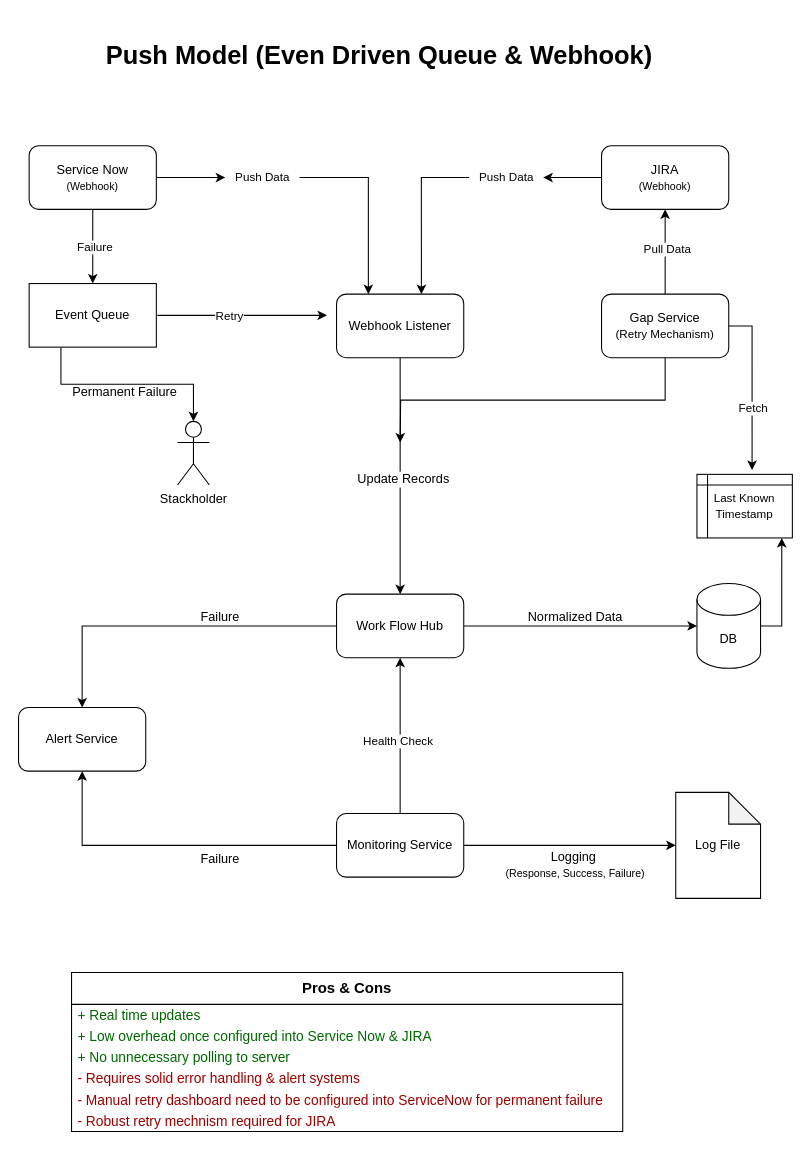
The draw.io diagram BRWH-Push-Model.drawio in ivineetyadav/architectures, before the edit. Source tidied: cells renumbered, new cells numbered last; positions are measured from the earlier drawing's top-left corner, leaving out a move shared by most shapes. Both pictures are drawn from the tidied source at 106%, with x=0, y=0 at pixel (18, 18).
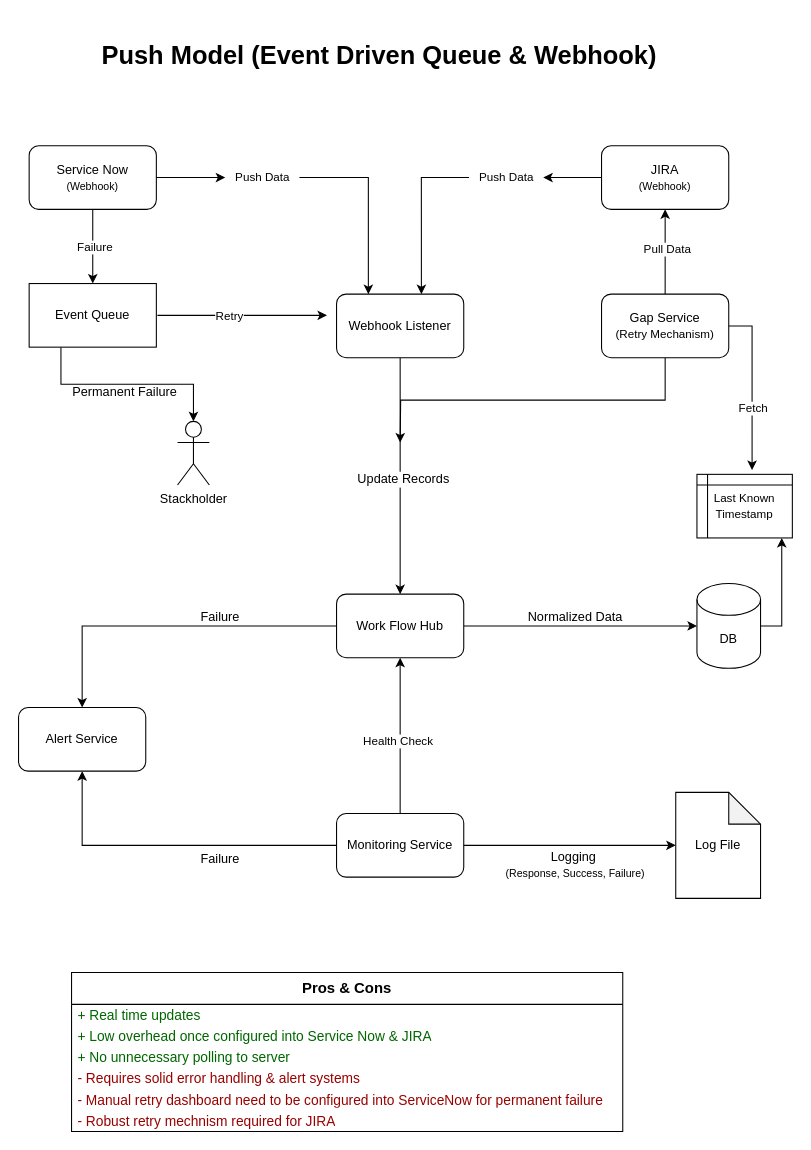
The same diagram, later.

Diff of the diagram source:
```diff
@@
-    <mxCell id="51" value="&lt;h1&gt;Push Model (Even Driven Queue &amp;amp; Webhook)&lt;/h1&gt;" style="text;html=1;align=center;verticalAlign=middle;strokeColor=none;fillColor=none;" parent="1" vertex="1">
-      <mxGeometry x="70" width="540" height="70" as="geometry" />
+    <mxCell id="51" value="&lt;h1&gt;Push Model (Event Driven Queue &amp;amp; Webhook)&lt;/h1&gt;" style="text;html=1;align=center;verticalAlign=middle;strokeColor=none;fillColor=none;" parent="1" vertex="1">
+      <mxGeometry x="65" width="550" height="70" as="geometry" />
     </mxCell>
```
